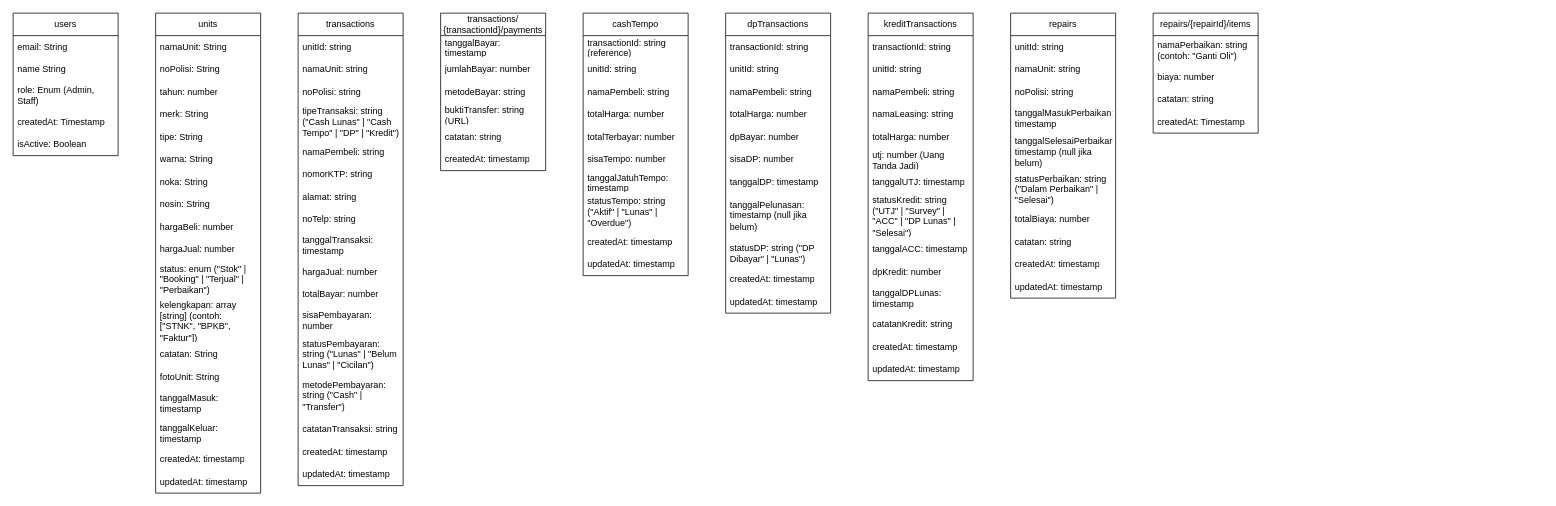
The draw.io diagram bintangmobilsidoarjo.drawio in Wahdaapf/All-About-DrawIo, before the edit. Source tidied: cells renumbered, new cells numbered last; positions are measured from the earlier drawing's top-left corner, leaving out a move shared by most shapes. Both pictures are drawn from the tidied source at 75%, with x=0, y=0 at pixel (13, 13).
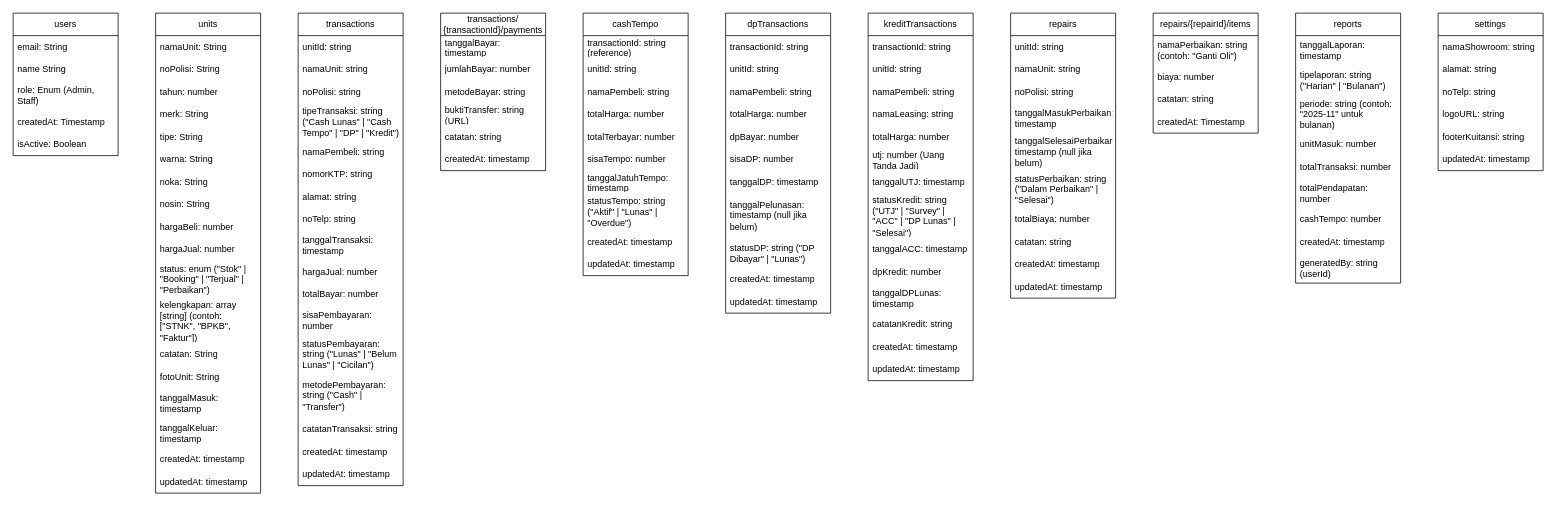
The same page after the edit.

Change to the diagram source:
```diff
@@
+    <mxCell id="106" value="reports" style="swimlane;fontStyle=0;horizontal=1;startSize=30;whiteSpace=wrap;html=1;" parent="1" vertex="1">
+      <mxGeometry x="1710" width="140" height="360" as="geometry" />
+    </mxCell>
+    <mxCell id="107" value="tanggalLaporan: timestamp" style="text;strokeColor=none;fillColor=none;align=left;verticalAlign=middle;spacingLeft=4;spacingRight=4;overflow=hidden;whiteSpace=wrap;html=1;" parent="106" vertex="1">
+      <mxGeometry y="30" width="140" height="40" as="geometry" />
+    </mxCell>
+    <mxCell id="108" value="tipelaporan: string (&quot;Harian&quot; | &quot;Bulanan&quot;)" style="text;strokeColor=none;fillColor=none;align=left;verticalAlign=middle;spacingLeft=4;spacingRight=4;overflow=hidden;whiteSpace=wrap;html=1;" parent="106" vertex="1">
+      <mxGeometry y="70" width="140" height="40" as="geometry" />
+    </mxCell>
+    <mxCell id="109" value="periode: string (contoh: &quot;2025-11&quot; untuk bulanan)" style="text;strokeColor=none;fillColor=none;align=left;verticalAlign=middle;spacingLeft=4;spacingRight=4;overflow=hidden;whiteSpace=wrap;html=1;" parent="106" vertex="1">
+      <mxGeometry y="110" width="140" height="50" as="geometry" />
+    </mxCell>
+    <mxCell id="110" value="unitMasuk: number" style="text;strokeColor=none;fillColor=none;align=left;verticalAlign=middle;spacingLeft=4;spacingRight=4;overflow=hidden;whiteSpace=wrap;html=1;" parent="106" vertex="1">
+      <mxGeometry y="160" width="140" height="30" as="geometry" />
+    </mxCell>
+    <mxCell id="111" value="totalTransaksi: number" style="text;strokeColor=none;fillColor=none;align=left;verticalAlign=middle;spacingLeft=4;spacingRight=4;overflow=hidden;whiteSpace=wrap;html=1;" parent="106" vertex="1">
+      <mxGeometry y="190" width="140" height="30" as="geometry" />
+    </mxCell>
+    <mxCell id="112" value="totalPendapatan: number" style="text;strokeColor=none;fillColor=none;align=left;verticalAlign=middle;spacingLeft=4;spacingRight=4;overflow=hidden;whiteSpace=wrap;html=1;" parent="106" vertex="1">
+      <mxGeometry y="220" width="140" height="40" as="geometry" />
+    </mxCell>
+    <mxCell id="113" value="cashTempo: number" style="text;strokeColor=none;fillColor=none;align=left;verticalAlign=middle;spacingLeft=4;spacingRight=4;overflow=hidden;whiteSpace=wrap;html=1;" parent="106" vertex="1">
+      <mxGeometry y="260" width="140" height="30" as="geometry" />
+    </mxCell>
+    <mxCell id="114" value="createdAt: timestamp" style="text;strokeColor=none;fillColor=none;align=left;verticalAlign=middle;spacingLeft=4;spacingRight=4;overflow=hidden;whiteSpace=wrap;html=1;" parent="106" vertex="1">
+      <mxGeometry y="290" width="140" height="30" as="geometry" />
+    </mxCell>
+    <mxCell id="115" value="generatedBy: string (userId)" style="text;strokeColor=none;fillColor=none;align=left;verticalAlign=middle;spacingLeft=4;spacingRight=4;overflow=hidden;whiteSpace=wrap;html=1;" parent="106" vertex="1">
+      <mxGeometry y="320" width="140" height="40" as="geometry" />
+    </mxCell>
+    <mxCell id="116" value="settings" style="swimlane;fontStyle=0;horizontal=1;startSize=30;whiteSpace=wrap;html=1;" parent="1" vertex="1">
+      <mxGeometry x="1900" width="140" height="210" as="geometry" />
+    </mxCell>
+    <mxCell id="117" value="namaShowroom: string" style="text;strokeColor=none;fillColor=none;align=left;verticalAlign=middle;spacingLeft=4;spacingRight=4;overflow=hidden;whiteSpace=wrap;html=1;" parent="116" vertex="1">
+      <mxGeometry y="30" width="140" height="30" as="geometry" />
+    </mxCell>
+    <mxCell id="118" value="alamat: string" style="text;strokeColor=none;fillColor=none;align=left;verticalAlign=middle;spacingLeft=4;spacingRight=4;overflow=hidden;whiteSpace=wrap;html=1;" parent="116" vertex="1">
+      <mxGeometry y="60" width="140" height="30" as="geometry" />
+    </mxCell>
+    <mxCell id="119" value="noTelp: string" style="text;strokeColor=none;fillColor=none;align=left;verticalAlign=middle;spacingLeft=4;spacingRight=4;overflow=hidden;whiteSpace=wrap;html=1;" parent="116" vertex="1">
+      <mxGeometry y="90" width="140" height="30" as="geometry" />
+    </mxCell>
+    <mxCell id="120" value="logoURL: string" style="text;strokeColor=none;fillColor=none;align=left;verticalAlign=middle;spacingLeft=4;spacingRight=4;overflow=hidden;whiteSpace=wrap;html=1;" parent="116" vertex="1">
+      <mxGeometry y="120" width="140" height="30" as="geometry" />
+    </mxCell>
+    <mxCell id="121" value="footerKuitansi: string" style="text;strokeColor=none;fillColor=none;align=left;verticalAlign=middle;spacingLeft=4;spacingRight=4;overflow=hidden;whiteSpace=wrap;html=1;" parent="116" vertex="1">
+      <mxGeometry y="150" width="140" height="30" as="geometry" />
+    </mxCell>
+    <mxCell id="122" value="updatedAt: timestamp" style="text;strokeColor=none;fillColor=none;align=left;verticalAlign=middle;spacingLeft=4;spacingRight=4;overflow=hidden;whiteSpace=wrap;html=1;" parent="116" vertex="1">
+      <mxGeometry y="180" width="140" height="30" as="geometry" />
+    </mxCell>
```
